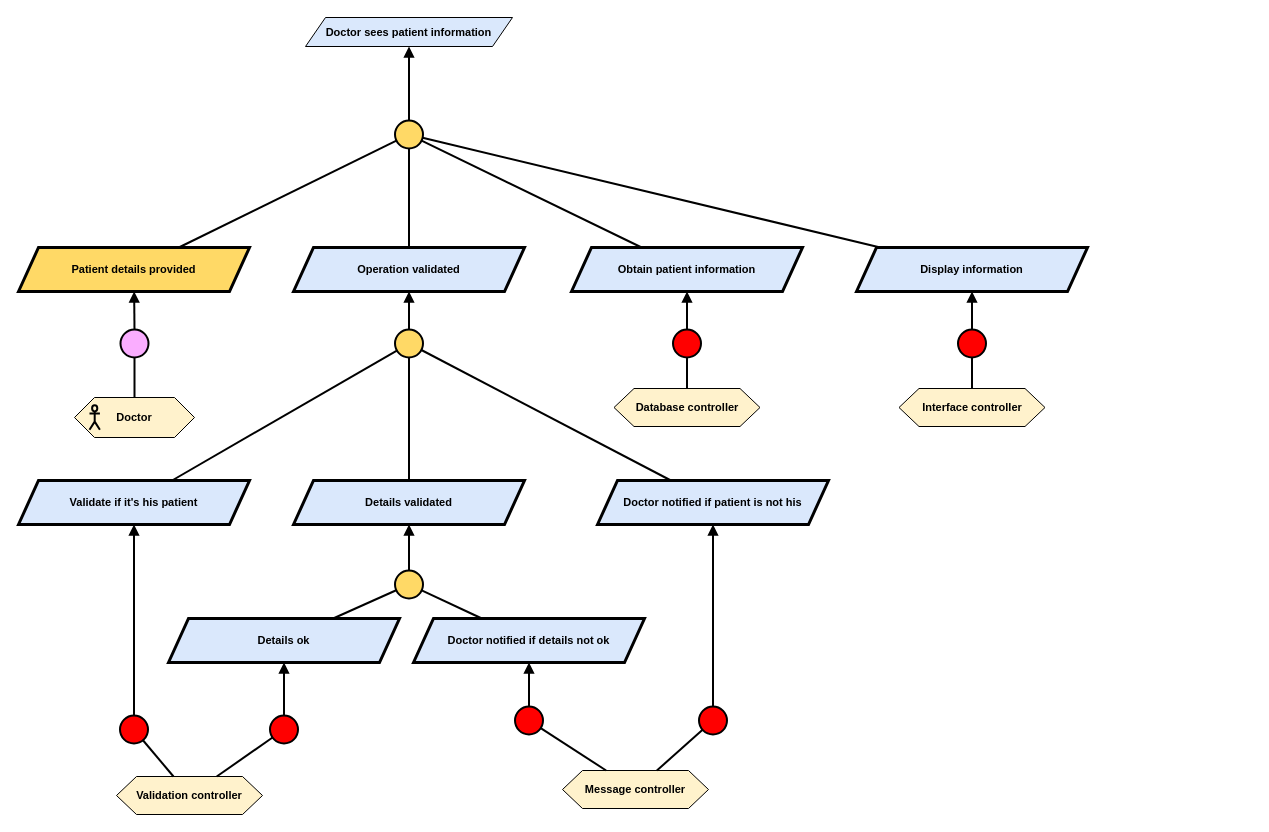
Above: Kaos/KAOS 8.drawio in RafaelCMira/myclinic-msp-project (draw.io), before the change. Source tidied: cells renumbered, new cells numbered last; positions are measured from the earlier drawing's top-left corner, leaving out a move shared by most shapes. Both pictures are drawn from the tidied source at 100%, with x=0, y=0 at pixel (18, 17).
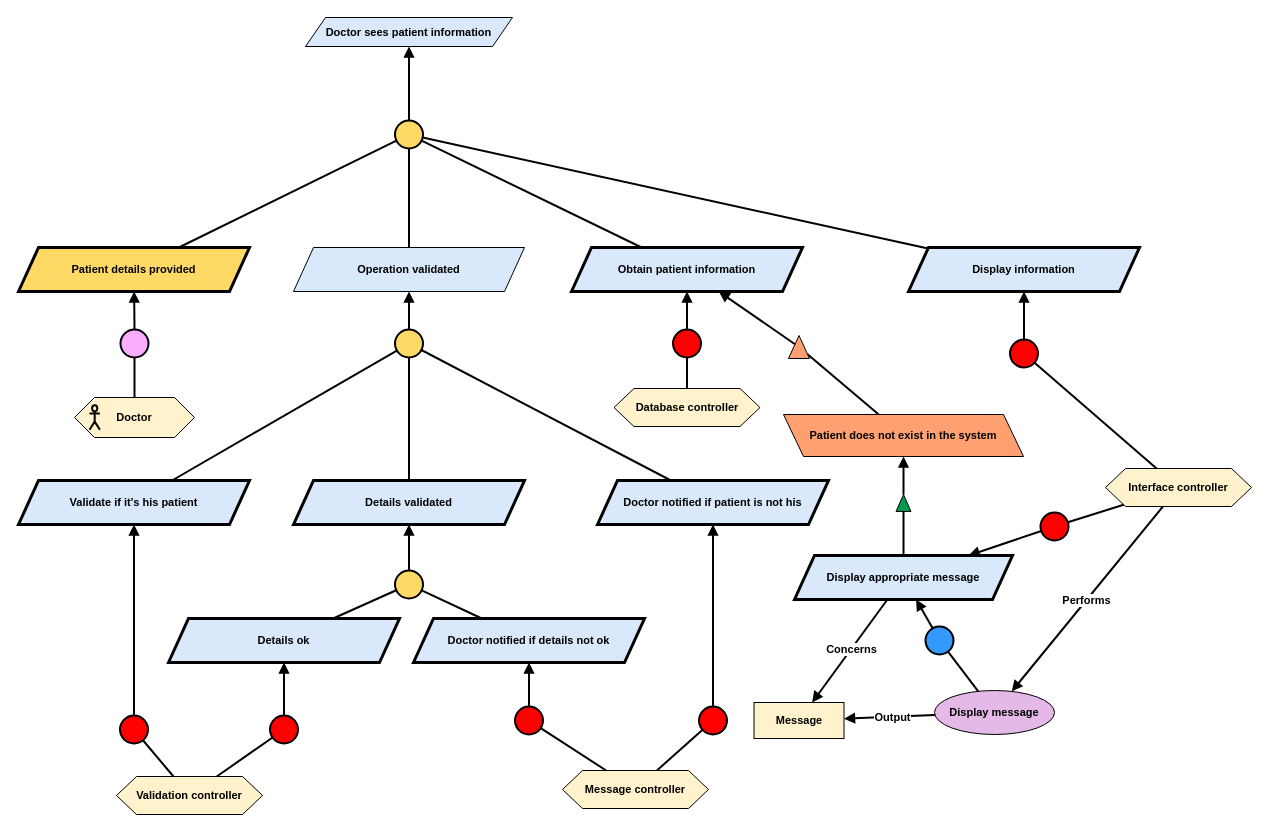
The same page after the edit.

Unchanged cells that the change refers to:
```xml
<mxCell id="28" value="&lt;b&gt;Obtain patient information&lt;/b&gt;" style="shape=parallelogram;perimeter=parallelogramPerimeter;whiteSpace=wrap;html=1;fixedSize=1;fillColor=#dae8fc;strokeColor=#000000;strokeWidth=3;fontFamily=Helvetica;fontSize=11;fontColor=default;labelBackgroundColor=none;" parent="1" vertex="1">
  <mxGeometry x="553" y="230" width="231" height="44" as="geometry" />
</mxCell>
```

Diff of the diagram source:
```diff
@@
-    <mxCell id="7" value="&lt;b&gt;Operation validated&lt;/b&gt;" style="shape=parallelogram;perimeter=parallelogramPerimeter;whiteSpace=wrap;html=1;fixedSize=1;fillColor=#dae8fc;strokeColor=#000000;strokeWidth=3;fontFamily=Helvetica;fontSize=11;fontColor=default;labelBackgroundColor=none;" parent="1" vertex="1">
+    <mxCell id="7" value="&lt;b&gt;Operation validated&lt;/b&gt;" style="shape=parallelogram;perimeter=parallelogramPerimeter;whiteSpace=wrap;html=1;fixedSize=1;fillColor=#dae8fc;strokeColor=#000000;strokeWidth=1;fontFamily=Helvetica;fontSize=11;fontColor=default;labelBackgroundColor=none;" parent="1" vertex="1">
       <mxGeometry x="275" y="230" width="231" height="44" as="geometry" />
     </mxCell>
@@
     <mxCell id="49" value="&lt;b&gt;Display information&lt;/b&gt;" style="shape=parallelogram;perimeter=parallelogramPerimeter;whiteSpace=wrap;html=1;fixedSize=1;fillColor=#dae8fc;strokeColor=#000000;strokeWidth=3;fontFamily=Helvetica;fontSize=11;fontColor=default;labelBackgroundColor=none;" parent="1" vertex="1">
-      <mxGeometry x="838" y="230" width="231" height="44" as="geometry" />
+      <mxGeometry x="890" y="230" width="231" height="44" as="geometry" />
     </mxCell>
     <mxCell id="50" value="&lt;b&gt;Interface controller&lt;/b&gt;" style="shape=hexagon;perimeter=hexagonPerimeter2;whiteSpace=wrap;html=1;fixedSize=1;fillColor=#FFF2CC;fontFamily=Helvetica;fontSize=11;fontColor=default;labelBackgroundColor=none;" parent="1" vertex="1">
-      <mxGeometry x="880.5" y="371" width="146" height="38" as="geometry" />
+      <mxGeometry x="1087" y="451" width="146" height="38" as="geometry" />
     </mxCell>
     <mxCell id="51" style="ellipse;whiteSpace=wrap;html=1;fillColor=#FF0000;strokeWidth=2;" parent="1" vertex="1">
-      <mxGeometry x="939.5" y="312" width="28" height="28" as="geometry" />
+      <mxGeometry x="991.5" y="322" width="28" height="28" as="geometry" />
     </mxCell>
@@
+    <mxCell id="55" value="Patient does not exist in the system" style="shape=parallelogram;perimeter=parallelogramPerimeter;whiteSpace=wrap;html=1;fixedSize=1;fillColor=#FFA070;fontStyle=1;fontFamily=Helvetica;fontSize=11;fontColor=default;labelBackgroundColor=none;flipH=1;flipV=0;" parent="1" vertex="1">
+      <mxGeometry x="765" y="397" width="240" height="42" as="geometry" />
+    </mxCell>
+    <mxCell id="56" style="endArrow=block;html=1;rounded=0;endFill=1;strokeWidth=2;" parent="1" edge="1" source="58" target="28">
+      <mxGeometry relative="1" as="geometry" />
+    </mxCell>
+    <mxCell id="57" style="endArrow=none;html=1;rounded=0;strokeWidth=2;" parent="1" edge="1" source="55" target="58">
+      <mxGeometry relative="1" as="geometry" />
+    </mxCell>
+    <mxCell id="58" style="triangle;whiteSpace=wrap;html=1;rotation=-90;fillColor=#FFA070;strokeColor=default;" parent="1" vertex="1">
+      <mxGeometry x="769" y="319" width="23" height="21" as="geometry" />
+    </mxCell>
+    <mxCell id="59" style="endArrow=block;html=1;rounded=0;endFill=1;strokeWidth=2;" parent="1" edge="1" source="61" target="55">
+      <mxGeometry relative="1" as="geometry" />
+    </mxCell>
+    <mxCell id="60" style="endArrow=none;html=1;rounded=0;strokeWidth=2;" parent="1" edge="1" source="63" target="61">
+      <mxGeometry relative="1" as="geometry" />
+    </mxCell>
+    <mxCell id="61" style="triangle;whiteSpace=wrap;html=1;rotation=-90;fillColor=#00994D;" parent="1" vertex="1">
+      <mxGeometry x="876.5" y="478" width="17" height="15" as="geometry" />
+    </mxCell>
+    <mxCell id="62" value="&lt;b&gt;Message&lt;/b&gt;" style="rounded=0;whiteSpace=wrap;html=1;fillColor=#FFF2CC;fontFamily=Helvetica;fontSize=11;fontColor=default;labelBackgroundColor=none;" parent="1" vertex="1">
+      <mxGeometry x="735.5" y="685" width="90" height="36" as="geometry" />
+    </mxCell>
+    <mxCell id="63" value="&lt;b&gt;Display appropriate message&lt;/b&gt;" style="shape=parallelogram;perimeter=parallelogramPerimeter;whiteSpace=wrap;html=1;fixedSize=1;fillColor=#dae8fc;strokeColor=#000000;strokeWidth=3;fontFamily=Helvetica;fontSize=11;fontColor=default;labelBackgroundColor=none;" parent="1" vertex="1">
+      <mxGeometry x="776" y="538" width="218" height="44" as="geometry" />
+    </mxCell>
+    <mxCell id="64" style="ellipse;whiteSpace=wrap;html=1;fillColor=#3399FF;strokeWidth=2;" parent="1" vertex="1">
+      <mxGeometry x="907" y="609" width="28" height="28" as="geometry" />
+    </mxCell>
+    <mxCell id="65" style="endArrow=block;html=1;rounded=0;endFill=1;strokeWidth=2;" parent="1" edge="1" source="64" target="63">
+      <mxGeometry relative="1" as="geometry" />
+    </mxCell>
+    <mxCell id="66" style="endArrow=none;html=1;rounded=0;strokeWidth=2;" parent="1" edge="1" source="67" target="64">
+      <mxGeometry relative="1" as="geometry" />
+    </mxCell>
+    <mxCell id="67" value="&lt;b&gt;Display message&lt;/b&gt;" style="ellipse;whiteSpace=wrap;html=1;fillColor=#E4B9E7;strokeColor=#000000;fontFamily=Helvetica;fontSize=11;fontColor=default;labelBackgroundColor=none;" parent="1" vertex="1">
+      <mxGeometry x="916" y="673" width="120" height="44" as="geometry" />
+    </mxCell>
+    <mxCell id="68" style="endArrow=block;html=1;rounded=0;endFill=1;strokeWidth=2;" parent="1" edge="1" source="67" target="62">
+      <mxGeometry relative="1" as="geometry" />
+    </mxCell>
+    <mxCell id="69" value="&lt;b&gt;Output&lt;/b&gt;" style="edgeLabel;html=1;align=center;verticalAlign=middle;" parent="68" vertex="1">
+      <mxGeometry x="-0.05" relative="1" as="geometry" />
+    </mxCell>
+    <mxCell id="70" style="ellipse;whiteSpace=wrap;html=1;fillColor=#FF0000;strokeWidth=2;" parent="1" vertex="1">
+      <mxGeometry x="1022" y="495" width="28" height="28" as="geometry" />
+    </mxCell>
+    <mxCell id="71" style="endArrow=block;html=1;rounded=0;endFill=1;strokeWidth=2;" parent="1" edge="1" source="70" target="63">
+      <mxGeometry relative="1" as="geometry" />
+    </mxCell>
+    <mxCell id="72" style="endArrow=none;html=1;rounded=0;strokeWidth=2;" parent="1" edge="1" source="50" target="70">
+      <mxGeometry relative="1" as="geometry" />
+    </mxCell>
+    <mxCell id="73" style="endArrow=block;html=1;rounded=0;endFill=1;strokeWidth=2;" parent="1" edge="1" source="50" target="67">
+      <mxGeometry relative="1" as="geometry" />
+    </mxCell>
+    <mxCell id="74" value="&lt;b&gt;Performs&lt;/b&gt;" style="edgeLabel;html=1;align=center;verticalAlign=middle;" parent="73" vertex="1">
+      <mxGeometry x="0.01" relative="1" as="geometry" />
+    </mxCell>
+    <mxCell id="75" style="endArrow=block;html=1;rounded=0;endFill=1;strokeWidth=2;" parent="1" edge="1" source="63" target="62">
+      <mxGeometry relative="1" as="geometry" />
+    </mxCell>
+    <mxCell id="76" value="&lt;b&gt;Concerns&lt;/b&gt;" style="edgeLabel;html=1;align=center;verticalAlign=middle;" parent="75" vertex="1">
+      <mxGeometry x="-0.05" relative="1" as="geometry" />
+    </mxCell>
```
